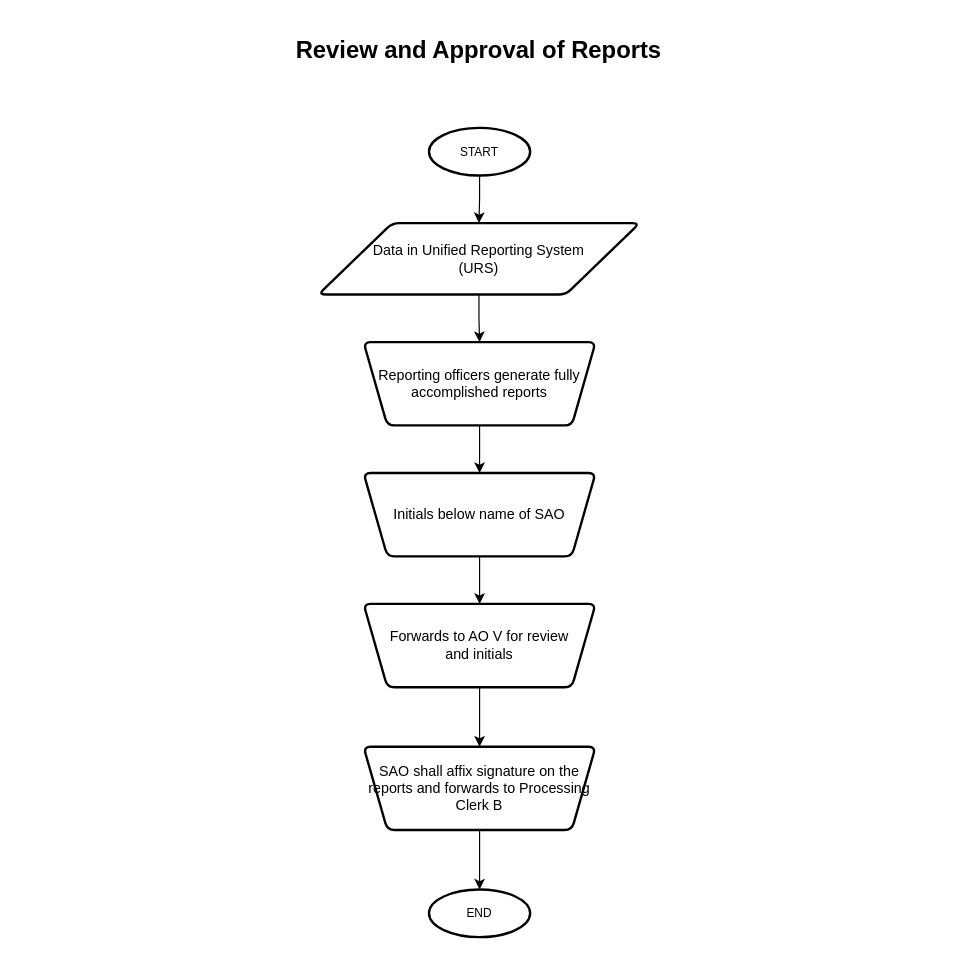
johnpaul4474/FMO-budget keeps this draw.io diagram as page "Review and Approval of Reports" (4 of 5) of Preparations of Financial Accountability.drawio. Above is the earlier version. Source tidied: cells renumbered, new cells numbered last; positions are measured from the earlier drawing's top-left corner, leaving out a move shared by most shapes. Both pictures are drawn from the tidied source at 119%, with x=0, y=0 at pixel (20, 32).
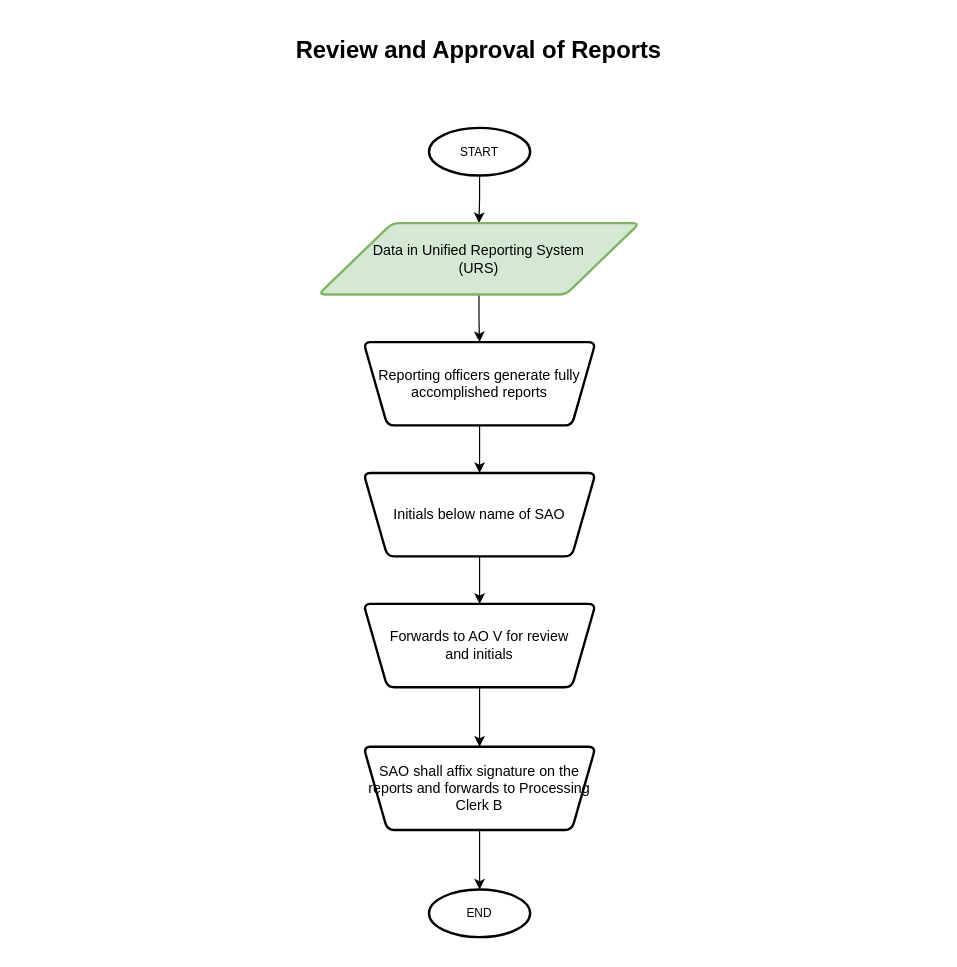
Above is the later version.

The edit, as a diff of the source:
```diff
@@
 <mxGraphModel>
   <root>
     <mxCell id="0" />
     <mxCell id="1" parent="0" />
     <mxCell id="2" value="&lt;h1&gt;Review and Approval of Reports&lt;/h1&gt;" style="text;html=1;strokeColor=none;fillColor=none;spacing=5;spacingTop=-20;whiteSpace=wrap;overflow=hidden;rounded=0;fontSize=10;align=center;" parent="1" vertex="1">
       <mxGeometry width="770" height="60" as="geometry" />
     </mxCell>
     <mxCell id="3" style="edgeStyle=orthogonalEdgeStyle;rounded=0;jettySize=auto;html=1;" parent="1" edge="1" source="4" target="6">
       <mxGeometry relative="1" as="geometry" />
     </mxCell>
     <mxCell id="4" value="START" style="strokeWidth=2;html=1;shape=mxgraph.flowchart.start_1;whiteSpace=wrap;fontSize=10;" parent="1" vertex="1">
       <mxGeometry x="343" y="80" width="85" height="40" as="geometry" />
     </mxCell>
     <mxCell id="5" style="edgeStyle=orthogonalEdgeStyle;rounded=0;jettySize=auto;html=1;" parent="1" edge="1" source="6" target="8">
       <mxGeometry relative="1" as="geometry" />
     </mxCell>
-    <mxCell id="6" value="Data in Unified Reporting System&lt;br&gt;(URS)" style="shape=parallelogram;html=1;strokeWidth=2;perimeter=parallelogramPerimeter;whiteSpace=wrap;rounded=1;arcSize=12;size=0.23;" parent="1" vertex="1">
+    <mxCell id="6" value="Data in Unified Reporting System&lt;br&gt;(URS)" style="shape=parallelogram;html=1;strokeWidth=2;perimeter=parallelogramPerimeter;whiteSpace=wrap;rounded=1;arcSize=12;size=0.23;fillColor=#d5e8d4;strokeColor=#82b366;" parent="1" vertex="1">
       <mxGeometry x="250" y="160" width="270" height="60" as="geometry" />
     </mxCell>
     <mxCell id="7" style="edgeStyle=orthogonalEdgeStyle;rounded=0;jettySize=auto;html=1;" parent="1" edge="1" source="8" target="10">
       <mxGeometry relative="1" as="geometry" />
     </mxCell>
     <mxCell id="8" value="Reporting officers generate fully accomplished reports" style="shape=trapezoid;perimeter=trapezoidPerimeter;whiteSpace=wrap;html=1;fixedSize=1;strokeWidth=2;rounded=1;arcSize=12;direction=west;" parent="1" vertex="1">
       <mxGeometry x="288" y="260" width="195" height="70" as="geometry" />
     </mxCell>
     <mxCell id="9" style="edgeStyle=orthogonalEdgeStyle;rounded=0;jettySize=auto;html=1;" parent="1" edge="1" source="10" target="12">
       <mxGeometry relative="1" as="geometry" />
     </mxCell>
     <mxCell id="10" value="Initials below name of SAO" style="shape=trapezoid;perimeter=trapezoidPerimeter;whiteSpace=wrap;html=1;fixedSize=1;strokeWidth=2;rounded=1;arcSize=12;direction=west;" parent="1" vertex="1">
       <mxGeometry x="288" y="370" width="195" height="70" as="geometry" />
     </mxCell>
     <mxCell id="11" style="edgeStyle=orthogonalEdgeStyle;rounded=0;jettySize=auto;html=1;" parent="1" edge="1" source="12" target="14">
       <mxGeometry relative="1" as="geometry" />
     </mxCell>
     <mxCell id="12" value="Forwards to AO V for review&lt;br&gt;and initials" style="shape=trapezoid;perimeter=trapezoidPerimeter;whiteSpace=wrap;html=1;fixedSize=1;strokeWidth=2;rounded=1;arcSize=12;direction=west;" parent="1" vertex="1">
       <mxGeometry x="288" y="480" width="195" height="70" as="geometry" />
     </mxCell>
     <mxCell id="13" style="edgeStyle=orthogonalEdgeStyle;rounded=0;jettySize=auto;html=1;" parent="1" edge="1" source="14" target="15">
       <mxGeometry relative="1" as="geometry" />
     </mxCell>
     <mxCell id="14" value="SAO shall affix signature on the reports and forwards to Processing Clerk B" style="shape=trapezoid;perimeter=trapezoidPerimeter;whiteSpace=wrap;html=1;fixedSize=1;strokeWidth=2;rounded=1;arcSize=12;direction=west;" parent="1" vertex="1">
       <mxGeometry x="288" y="600" width="195" height="70" as="geometry" />
     </mxCell>
     <mxCell id="15" value="END" style="strokeWidth=2;html=1;shape=mxgraph.flowchart.start_1;whiteSpace=wrap;fontSize=10;" parent="1" vertex="1">
       <mxGeometry x="343" y="720" width="85" height="40" as="geometry" />
     </mxCell>
     <mxCell id="16" style="edgeStyle=orthogonalEdgeStyle;rounded=0;orthogonalLoop=1;jettySize=auto;html=1;exitX=0.5;exitY=1;exitDx=0;exitDy=0;exitPerimeter=0;" parent="1" edge="1" source="15" target="15">
       <mxGeometry relative="1" as="geometry" />
     </mxCell>
   </root>
 </mxGraphModel>
```
